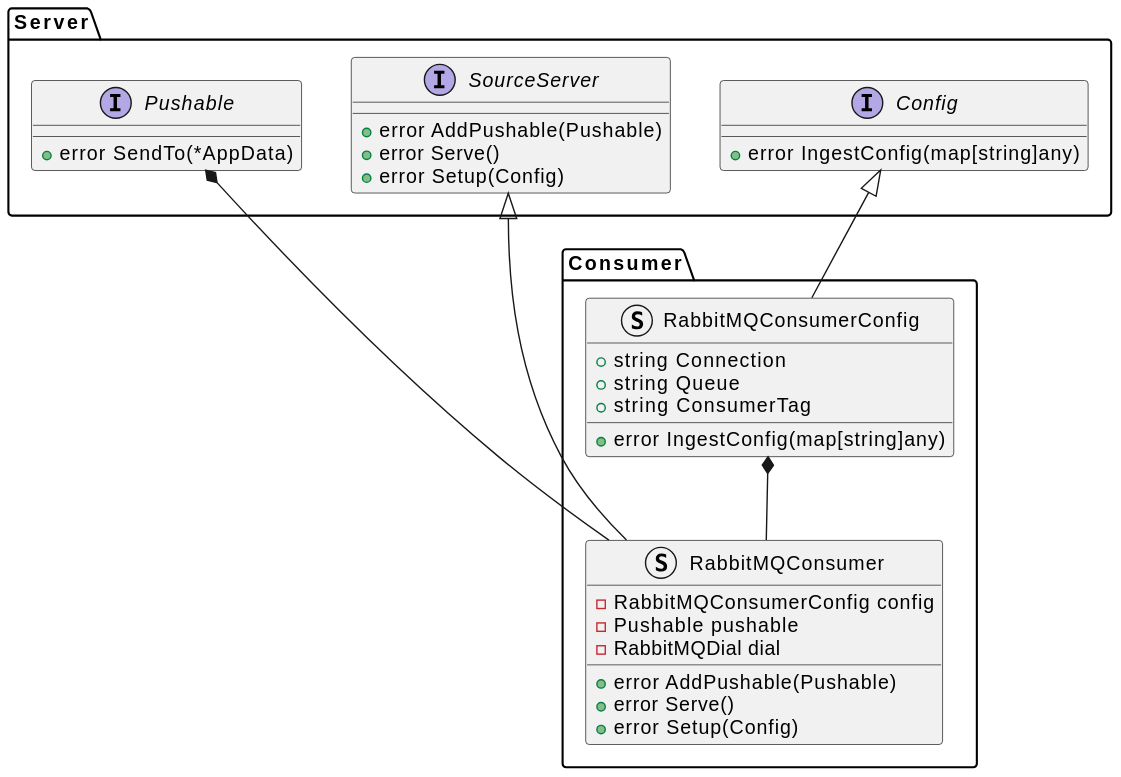
xtuml/otel2pv keeps this PlantUML diagram as docs/design_notes/DN1_JSON_Extractor/class_diagram_Consumers.svg. Above is the earlier version.
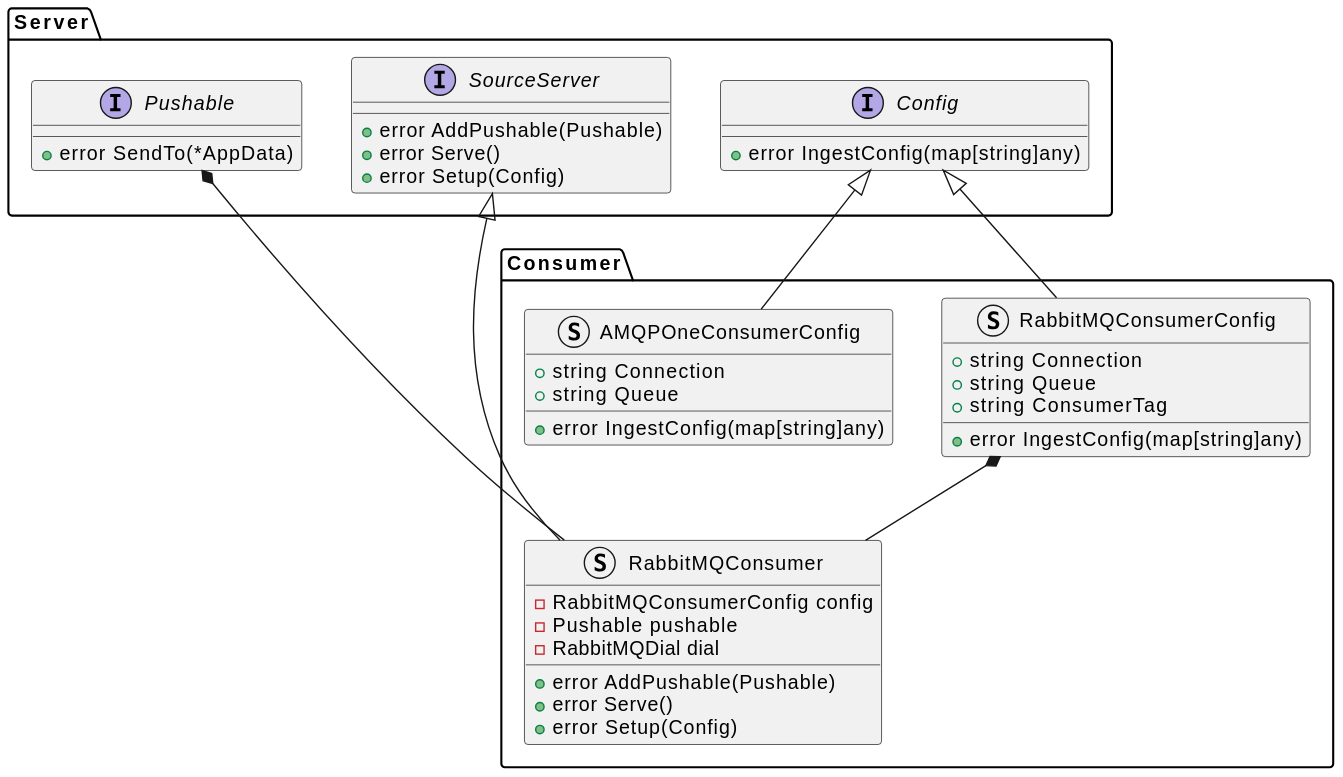
The same file after the commit.

Commit message:
Cdsopv 132 create amqp 1.0 consumer config (#76)

What changed in the source:
```diff
@@ -27,6 +27,11 @@
         +string ConsumerTag
         +error IngestConfig(map[string]any)
     }
+    struct AMQPOneConsumerConfig {
+        +string Connection
+        +string Queue
+        +error IngestConfig(map[string]any)
+    }
 
 }
 
@@ -35,5 +40,6 @@
 
 
 Server.Config <|-- Consumer.RabbitMQConsumerConfig
+Server.Config <|-- Consumer.AMQPOneConsumerConfig
 Consumer.RabbitMQConsumerConfig *-- Consumer.RabbitMQConsumer
 @enduml
```
